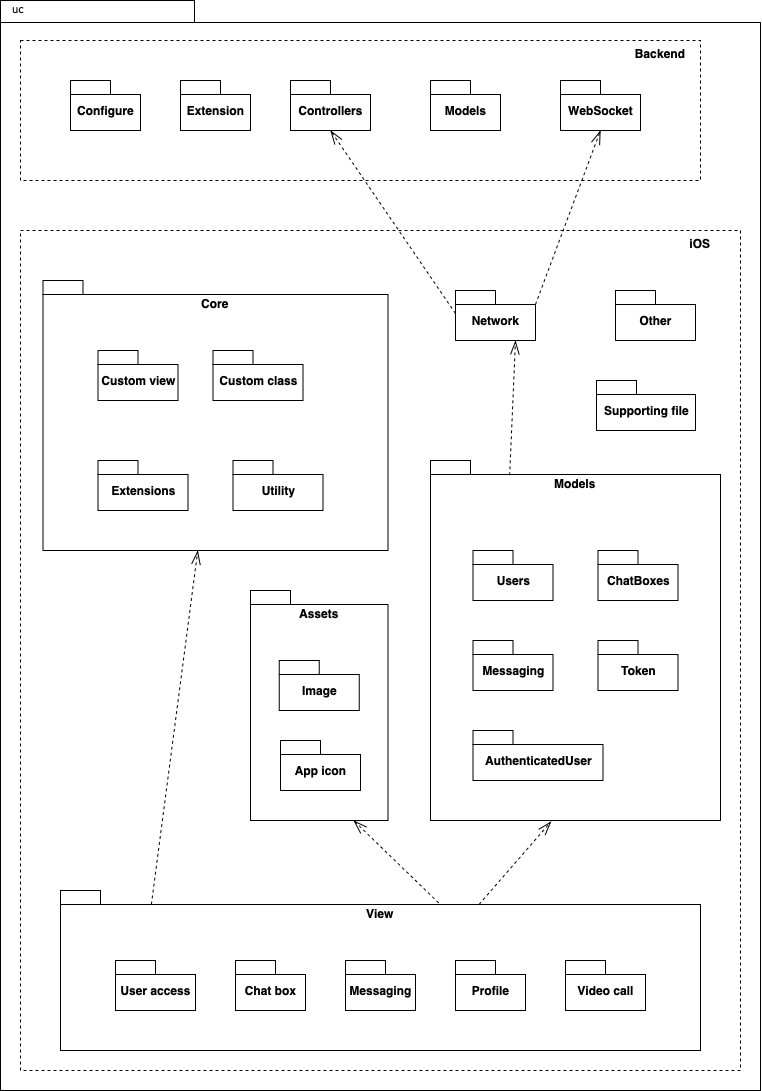
Before: Package.png, a diagram exported from draw.io (vudat081299/thesis). Source tidied: cells renumbered, new cells last; positions are measured from the earlier drawing's top-left corner, leaving out a move shared by most shapes.
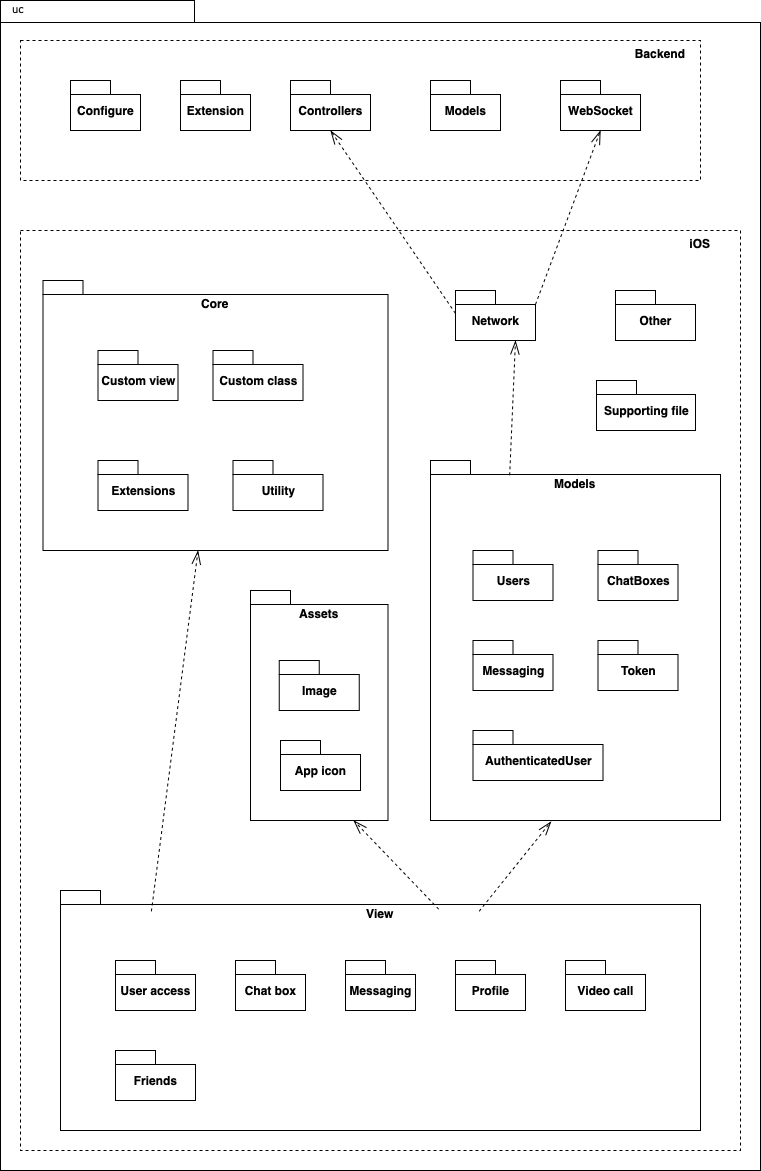
After the change.

Change to the diagram source:
```diff
@@ -3,7 +3,7 @@
     <mxCell id="0" />
     <mxCell id="1" parent="0" />
     <mxCell id="2" style="shape=folder;fontStyle=1;spacingTop=10;tabWidth=194;tabHeight=22;tabPosition=left;html=1;rounded=0;shadow=0;comic=0;labelBackgroundColor=none;strokeWidth=1;fillColor=none;fontFamily=Verdana;fontSize=10;align=center;" parent="1" vertex="1">
-      <mxGeometry width="760" height="1090" as="geometry" />
+      <mxGeometry width="760" height="1170" as="geometry" />
     </mxCell>
     <mxCell id="3" value="uc" style="text;html=1;align=left;verticalAlign=top;spacingTop=-4;fontSize=10;fontFamily=Verdana;" parent="1" vertex="1">
       <mxGeometry x="10" width="130" height="20" as="geometry" />
@@ -27,7 +27,7 @@
       <mxGeometry x="70" y="80" width="70" height="50" as="geometry" />
     </mxCell>
     <mxCell id="10" style="rounded=0;whiteSpace=wrap;html=1;dashed=1;fillColor=none;" parent="1" vertex="1">
-      <mxGeometry x="20" y="230" width="720" height="840" as="geometry" />
+      <mxGeometry x="20" y="230" width="720" height="920" as="geometry" />
     </mxCell>
     <mxCell id="11" value="Backend" style="text;align=center;fontStyle=1;verticalAlign=middle;spacingLeft=3;spacingRight=3;strokeColor=none;" parent="1" vertex="1">
       <mxGeometry x="620" y="40" width="80" height="26" as="geometry" />
@@ -69,7 +69,7 @@
       <mxGeometry x="232.5" y="460" width="90" height="50" as="geometry" />
     </mxCell>
     <mxCell id="24" style="shape=folder;fontStyle=1;spacingTop=10;tabWidth=40;tabHeight=14;tabPosition=left;html=1;fillColor=none;" parent="1" vertex="1">
-      <mxGeometry x="60" y="890" width="640" height="160" as="geometry" />
+      <mxGeometry x="60" y="890" width="640" height="240" as="geometry" />
     </mxCell>
     <mxCell id="25" value="View" style="text;align=center;fontStyle=1;verticalAlign=middle;spacingLeft=3;spacingRight=3;strokeColor=none;" parent="1" vertex="1">
       <mxGeometry x="340" y="900" width="80" height="26" as="geometry" />
@@ -134,5 +134,8 @@
     <mxCell id="45" style="endArrow=openThin;endFill=0;endSize=12;html=1;rounded=0;fontSize=16;exitX=0;exitY=0;exitDx=80;exitDy=14;exitPerimeter=0;dashed=1;entryX=0.5;entryY=1;entryDx=0;entryDy=0;entryPerimeter=0;" parent="1" edge="1" source="22" target="7">
       <mxGeometry relative="1" as="geometry" />
     </mxCell>
+    <mxCell id="46" value="Friends" style="shape=folder;fontStyle=1;spacingTop=10;tabWidth=40;tabHeight=14;tabPosition=left;html=1;" parent="1" vertex="1">
+      <mxGeometry x="115" y="1050" width="80" height="50" as="geometry" />
+    </mxCell>
   </root>
 </mxGraphModel>
```
